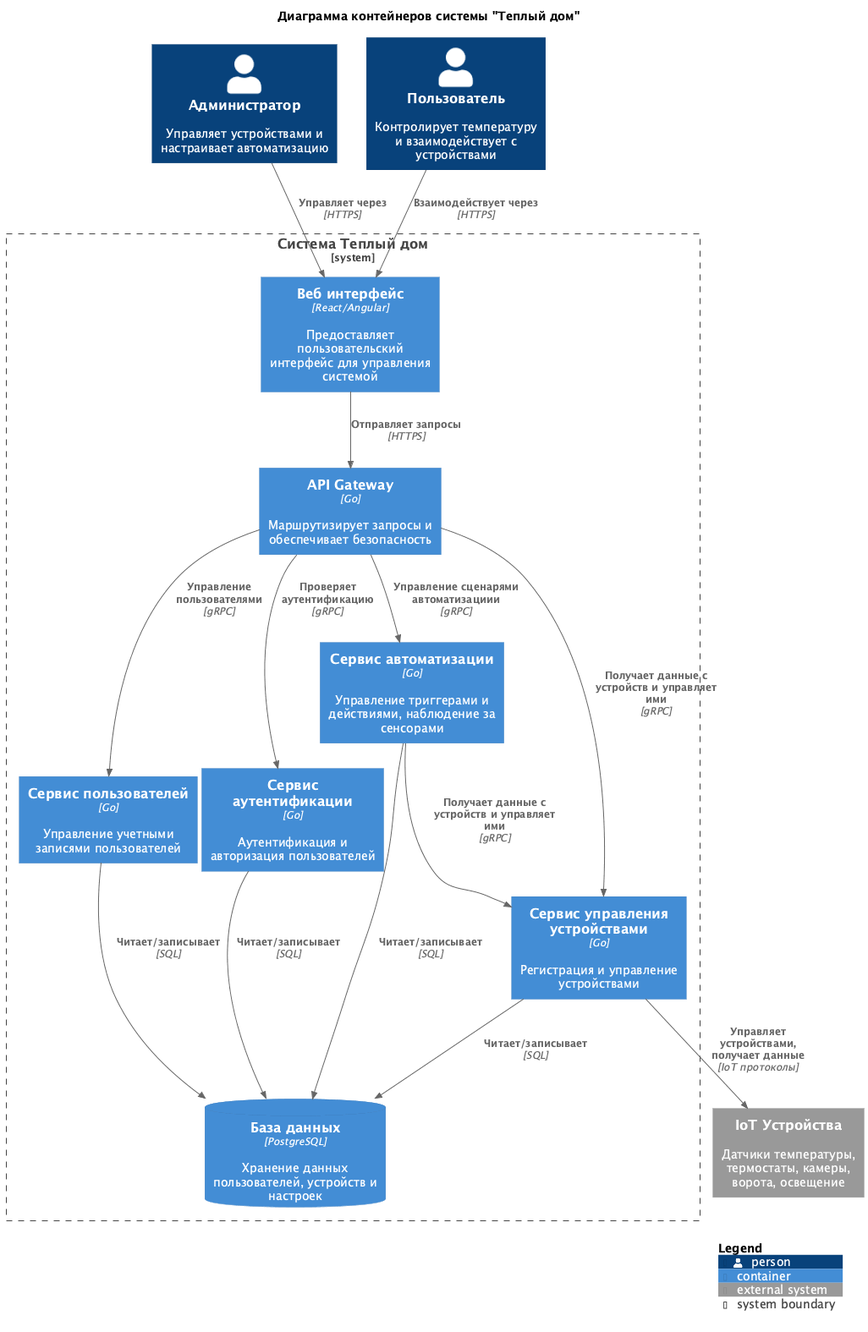
Above: architecture/C4_Container.png in adilyas/architecture-warmhouse (PlantUML), before the change. Its diagram source:
```plantuml
@startuml C4_Container
!include https://raw.githubusercontent.com/plantuml-stdlib/C4-PlantUML/master/C4_Container.puml

title Диаграмма контейнеров системы "Теплый дом"

Person(admin, "Администратор", "Управляет устройствами и настраивает автоматизацию")
Person(user, "Пользователь", "Контролирует температуру и взаимодействует с устройствами")

System_Boundary(smart_home, "Система Теплый дом") {
    Container(web_app, "Веб интерфейс", "React/Angular", "Предоставляет пользовательский интерфейс для управления системой")
    Container(api_gateway, "API Gateway", "Go", "Маршрутизирует запросы и обеспечивает безопасность")

    Container(auth_service, "Сервис аутентификации", "Go", "Аутентификация и авторизация пользователей")
    Container(device_service, "Сервис управления устройствами", "Go", "Регистрация и управление устройствами")
    Container(automation_service, "Сервис автоматизации", "Go", "Управление триггерами и действиями, наблюдение за сенсорами")
    Container(user_service, "Сервис пользователей", "Go", "Управление учетными записями пользователей")

    ContainerDb(database, "База данных", "PostgreSQL", "Хранение данных пользователей, устройств и настроек")
}

System_Ext(iot_devices, "IoT Устройства", "Датчики температуры, термостаты, камеры, ворота, освещение")

Rel(admin, web_app, "Управляет через", "HTTPS")
Rel(user, web_app, "Взаимодействует через", "HTTPS")

Rel(web_app, api_gateway, "Отправляет запросы", "HTTPS")

Rel(api_gateway, auth_service, "Проверяет аутентификацию", "gRPC")
Rel(api_gateway, device_service, "Получает данные с устройств и управляет ими", "gRPC")
Rel(api_gateway, automation_service, "Управление сценарями автоматизациии", "gRPC")
Rel(api_gateway, user_service, "Управление пользователями", "gRPC")

Rel(automation_service, device_service, "Получает данные с устройств и управляет ими", "gRPC")

Rel(auth_service, database, "Читает/записывает", "SQL")
Rel(device_service, database, "Читает/записывает", "SQL")
Rel(automation_service, database, "Читает/записывает", "SQL")
Rel(user_service, database, "Читает/записывает", "SQL")

Rel(device_service, iot_devices, "Управляет устройствами, получает данные", "IoT протоколы")

SHOW_LEGEND()
@enduml
```
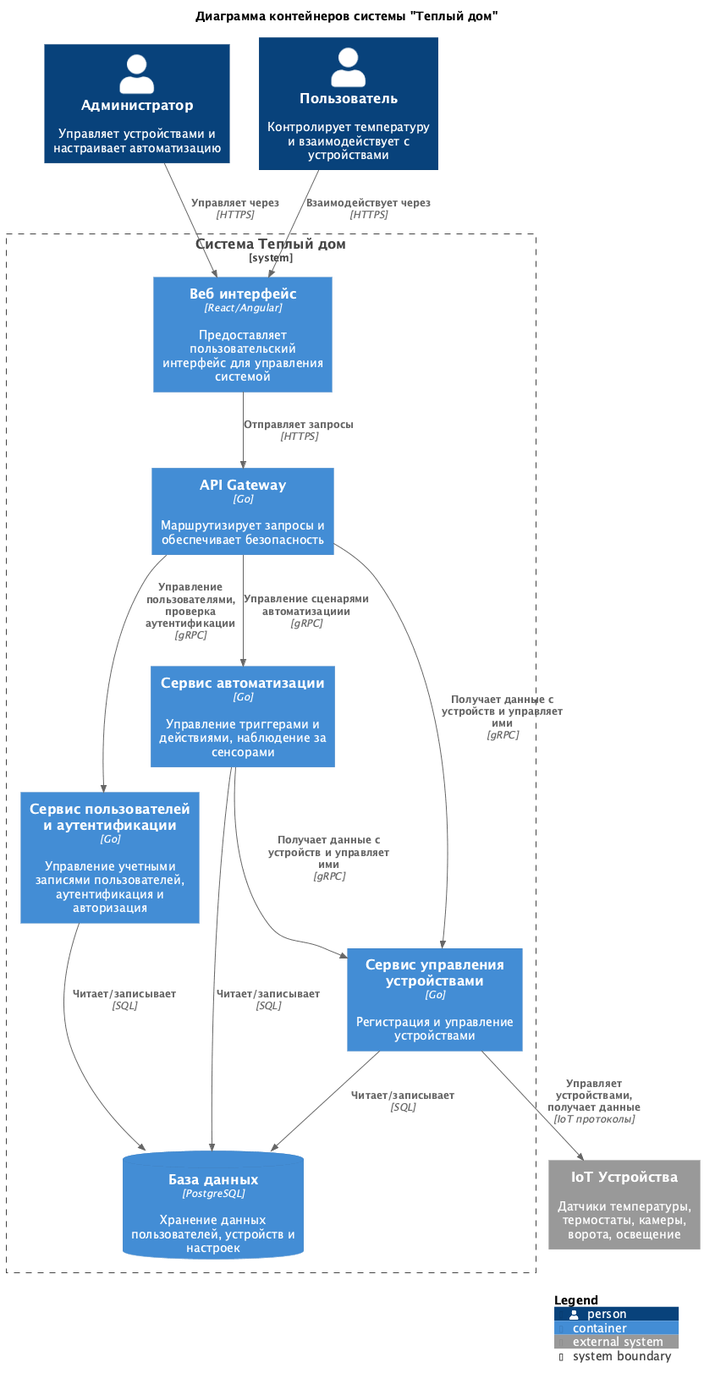
Later version of the same file.

Diff of the diagram source:
```diff
@@ -10,10 +10,9 @@
     Container(web_app, "Веб интерфейс", "React/Angular", "Предоставляет пользовательский интерфейс для управления системой")
     Container(api_gateway, "API Gateway", "Go", "Маршрутизирует запросы и обеспечивает безопасность")
 
-    Container(auth_service, "Сервис аутентификации", "Go", "Аутентификация и авторизация пользователей")
     Container(device_service, "Сервис управления устройствами", "Go", "Регистрация и управление устройствами")
     Container(automation_service, "Сервис автоматизации", "Go", "Управление триггерами и действиями, наблюдение за сенсорами")
-    Container(user_service, "Сервис пользователей", "Go", "Управление учетными записями пользователей")
+    Container(user_service, "Сервис пользователей и аутентификации", "Go", "Управление учетными записями пользователей, аутентификация и авторизация")
 
     ContainerDb(database, "База данных", "PostgreSQL", "Хранение данных пользователей, устройств и настроек")
 }
@@ -25,14 +24,12 @@
 
 Rel(web_app, api_gateway, "Отправляет запросы", "HTTPS")
 
-Rel(api_gateway, auth_service, "Проверяет аутентификацию", "gRPC")
 Rel(api_gateway, device_service, "Получает данные с устройств и управляет ими", "gRPC")
 Rel(api_gateway, automation_service, "Управление сценарями автоматизациии", "gRPC")
-Rel(api_gateway, user_service, "Управление пользователями", "gRPC")
+Rel(api_gateway, user_service, "Управление пользователями, проверка аутентификации", "gRPC")
 
 Rel(automation_service, device_service, "Получает данные с устройств и управляет ими", "gRPC")
 
-Rel(auth_service, database, "Читает/записывает", "SQL")
 Rel(device_service, database, "Читает/записывает", "SQL")
 Rel(automation_service, database, "Читает/записывает", "SQL")
 Rel(user_service, database, "Читает/записывает", "SQL")
```
